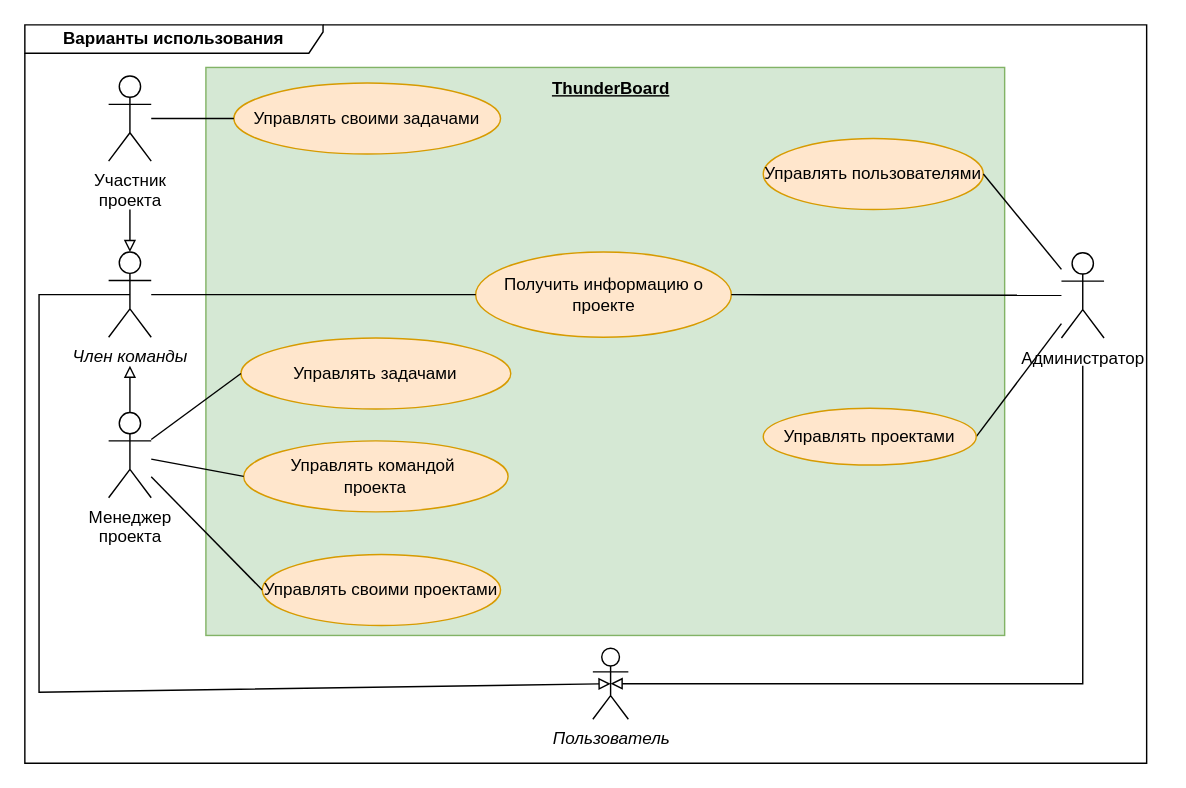
The draw.io diagram docs/raw_diagrams/business_requirements.drawio in aVorotnikov/thunder_board, before the edit. Source tidied: cells renumbered, new cells numbered last; positions are measured from the earlier drawing's top-left corner, leaving out a move shared by most shapes. Both pictures are drawn from the tidied source at 142%, with x=0, y=0 at pixel (24, 24).
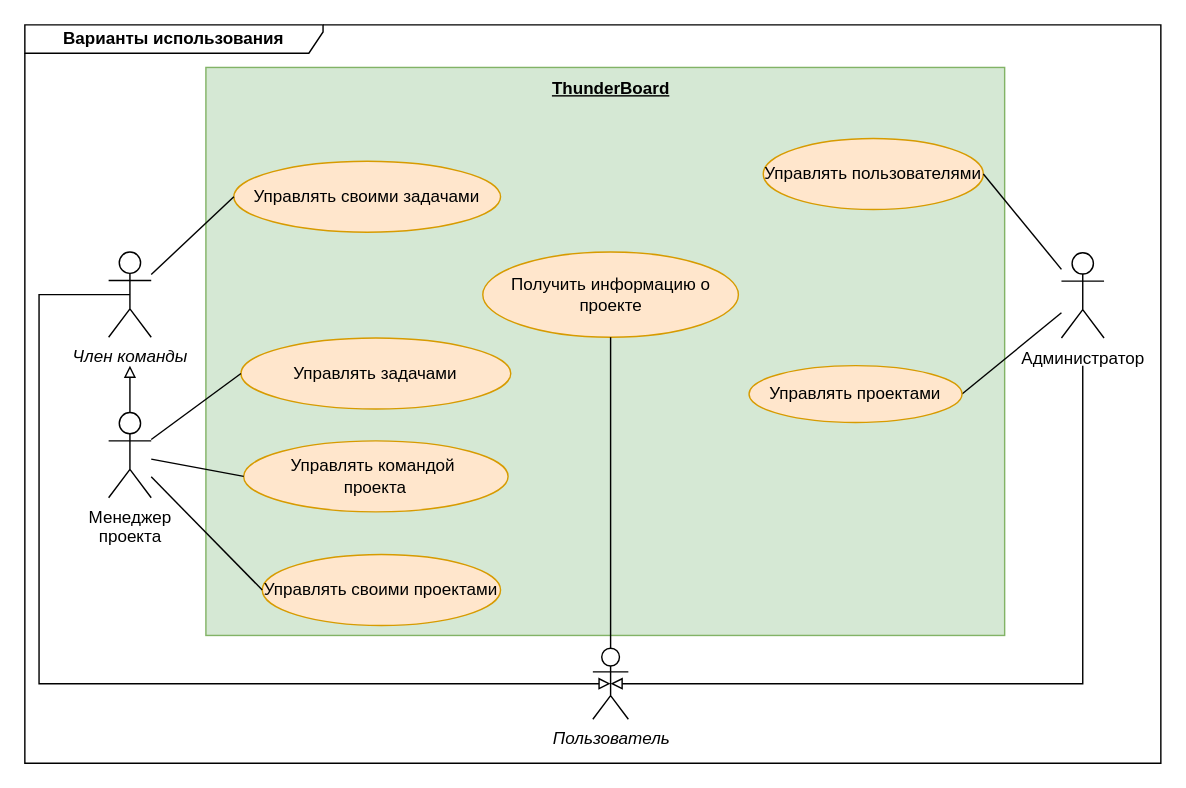
After the change.

Unchanged cells that the change refers to:
```xml
<mxCell id="3" value="&lt;div&gt;&lt;i&gt;Член команды&lt;/i&gt;&lt;br&gt;&lt;/div&gt;" style="shape=umlActor;verticalLabelPosition=bottom;verticalAlign=top;html=1;outlineConnect=0;" parent="1" vertex="1">
  <mxGeometry x="59" y="160" width="30" height="60" as="geometry" />
</mxCell>
<mxCell id="19" value="&lt;div&gt;Администратор&lt;/div&gt;" style="shape=umlActor;verticalLabelPosition=bottom;verticalAlign=top;html=1;outlineConnect=0;" parent="1" vertex="1">
  <mxGeometry x="730" y="160.5" width="30" height="60" as="geometry" />
</mxCell>
<mxCell id="26" value="&lt;div&gt;&lt;i&gt;Пользователь&lt;/i&gt;&lt;/div&gt;" style="shape=umlActor;verticalLabelPosition=bottom;verticalAlign=top;html=1;outlineConnect=0;" parent="1" vertex="1">
  <mxGeometry x="400" y="439" width="25" height="50" as="geometry" />
</mxCell>
```

The edit, as a diff of the source:
```diff
@@
-    <mxCell id="4" value="Участник&lt;br&gt;проекта" style="shape=umlActor;verticalLabelPosition=bottom;verticalAlign=top;html=1;outlineConnect=0;" parent="1" vertex="1">
-      <mxGeometry x="59" y="36" width="30" height="60" as="geometry" />
-    </mxCell>
@@
-    <mxCell id="7" style="endArrow=none;html=1;rounded=0;endFill=0;startArrow=block;startFill=0;exitX=0.5;exitY=0;exitDx=0;exitDy=0;exitPerimeter=0;" parent="1" edge="1" source="3">
-      <mxGeometry relative="1" as="geometry">
-        <mxPoint x="74" y="130" as="targetPoint" />
-      </mxGeometry>
-    </mxCell>
@@
     <mxCell id="9" value="&lt;div&gt;Получить информацию о проекте&lt;/div&gt;" style="ellipse;whiteSpace=wrap;html=1;fillColor=#ffe6cc;strokeColor=#d79b00;" parent="1" vertex="1">
-      <mxGeometry x="317.5" y="160" width="180" height="60" as="geometry" />
+      <mxGeometry x="322.5" y="160" width="180" height="60" as="geometry" />
     </mxCell>
@@
-    <mxCell id="11" style="endArrow=none;html=1;rounded=0;entryX=0;entryY=0.5;entryDx=0;entryDy=0;" parent="1" edge="1" source="3" target="9">
+    <mxCell id="11" style="endArrow=none;html=1;rounded=0;entryX=0.5;entryY=1;entryDx=0;entryDy=0;" parent="1" edge="1" source="26" target="9">
       <mxGeometry relative="1" as="geometry" />
     </mxCell>
     <mxCell id="12" value="&lt;b&gt;Варианты использования&lt;/b&gt;" style="shape=umlFrame;whiteSpace=wrap;html=1;width=210;height=20;" parent="1" vertex="1">
-      <mxGeometry width="790" height="520" as="geometry" />
+      <mxGeometry width="800" height="520" as="geometry" />
     </mxCell>
@@
-    <mxCell id="22" style="endArrow=none;html=1;rounded=0;exitX=1;exitY=0.5;exitDx=0;exitDy=0;" parent="1" edge="1" source="9" target="19">
-      <mxGeometry relative="1" as="geometry" />
-    </mxCell>
     <mxCell id="23" value="Управлять своими задачами" style="ellipse;whiteSpace=wrap;html=1;fillColor=#ffe6cc;strokeColor=#d79b00;" parent="1" vertex="1">
-      <mxGeometry x="147.2" y="41" width="187.8" height="50" as="geometry" />
+      <mxGeometry x="147.2" y="96" width="187.8" height="50" as="geometry" />
     </mxCell>
-    <mxCell id="24" style="endArrow=none;html=1;rounded=0;entryX=0;entryY=0.5;entryDx=0;entryDy=0;" parent="1" edge="1" source="4" target="23">
+    <mxCell id="24" style="endArrow=none;html=1;rounded=0;entryX=0;entryY=0.5;entryDx=0;entryDy=0;" parent="1" edge="1" source="3" target="23">
       <mxGeometry relative="1" as="geometry" />
     </mxCell>
     <mxCell id="25" value="Управлять проектами" style="ellipse;whiteSpace=wrap;html=1;fillColor=#ffe6cc;strokeColor=#d79b00;" parent="1" vertex="1">
-      <mxGeometry x="520" y="270" width="150" height="40" as="geometry" />
+      <mxGeometry x="510" y="240" width="150" height="40" as="geometry" />
     </mxCell>
@@
     <mxCell id="27" style="endArrow=none;html=1;rounded=0;endFill=0;startArrow=block;startFill=0;exitX=0.5;exitY=0.5;exitDx=0;exitDy=0;exitPerimeter=0;entryX=0.5;entryY=0.5;entryDx=0;entryDy=0;entryPerimeter=0;" parent="1" edge="1" source="26" target="3">
       <mxGeometry relative="1" as="geometry">
         <Array as="points">
-          <mxPoint x="10" y="470" />
+          <mxPoint x="10" y="464" />
           <mxPoint x="10" y="190" />
         </Array>
       </mxGeometry>
     </mxCell>
```
